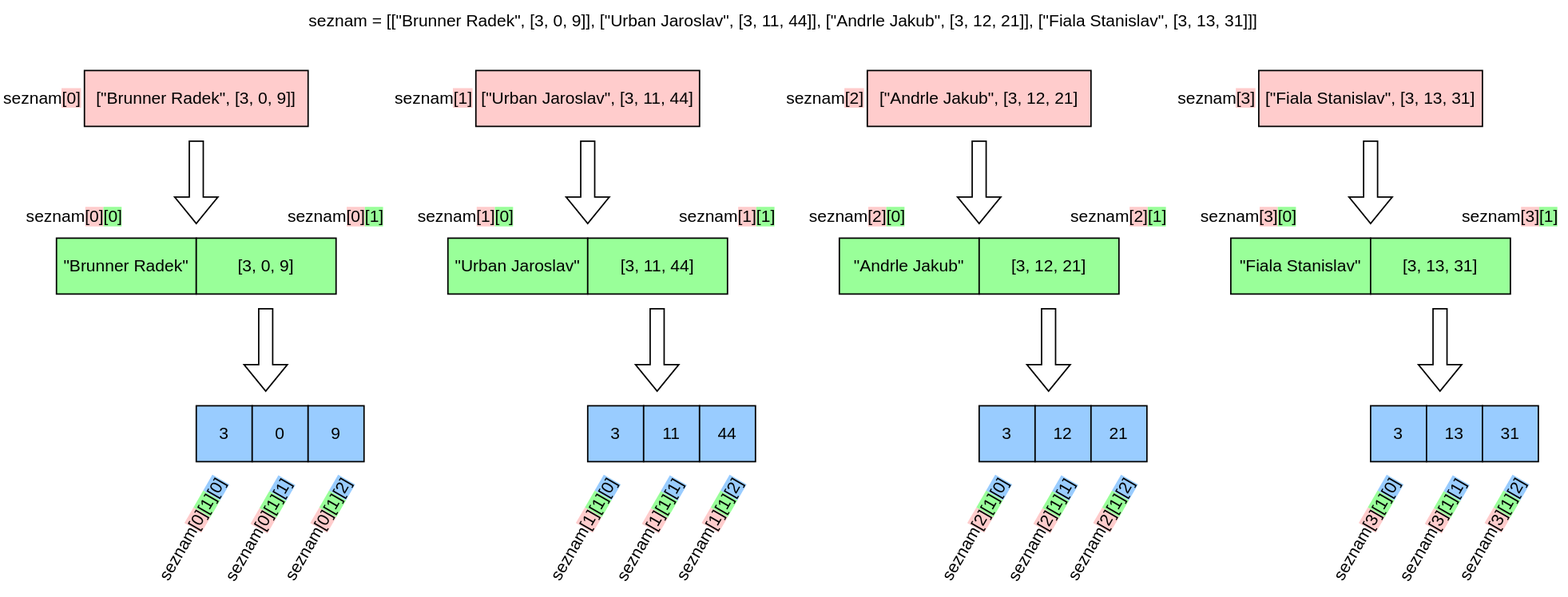
Earlier version of the draw.io export images/Indexování-Page-1.drawio.svg (pesikj/da-pracovni-skupiny). Source tidied: cells renumbered, new cells last; positions are measured from the earlier drawing's top-left corner, leaving out a move shared by most shapes.
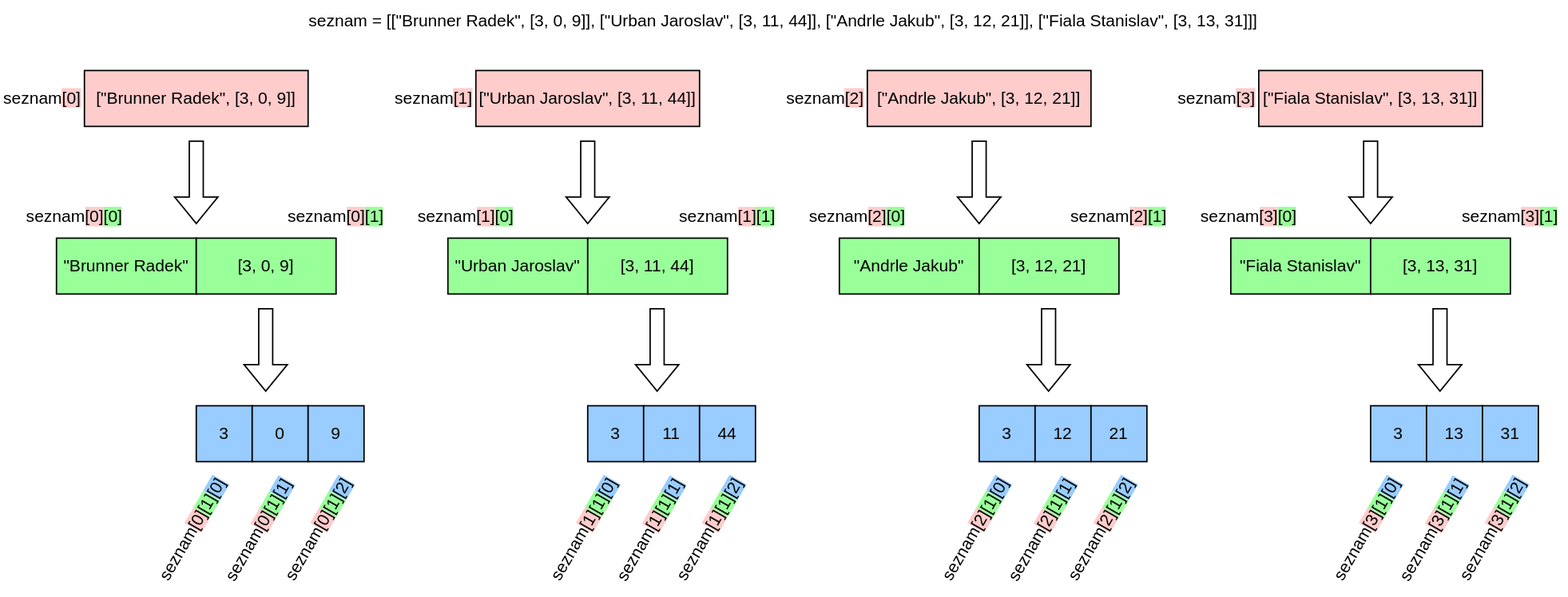
After the commit.

Commit message:
Oprava obrázků

The edit, as a diff of the source:
```diff
@@ -53,7 +53,7 @@
     <mxCell id="16" value="seznam&lt;span style=&quot;background-color: rgb(255, 204, 204);&quot;&gt;[0]&lt;/span&gt;&lt;span style=&quot;background-color: rgb(153, 255, 153);&quot;&gt;[1]&lt;/span&gt;&lt;span style=&quot;background-color: rgb(153, 204, 255);&quot;&gt;[2]&lt;/span&gt;" style="text;html=1;strokeColor=none;fillColor=none;align=center;verticalAlign=middle;whiteSpace=wrap;rounded=0;rotation=-60;" parent="1" vertex="1">
       <mxGeometry x="182.5" y="364.3" width="90" height="30" as="geometry" />
     </mxCell>
-    <mxCell id="17" value="[&quot;Urban Jaroslav&quot;, [3, 11, 44]" style="rounded=0;whiteSpace=wrap;html=1;fillColor=#FFCCCC;" parent="1" vertex="1">
+    <mxCell id="17" value="[&quot;Urban Jaroslav&quot;, [3, 11, 44]]" style="rounded=0;whiteSpace=wrap;html=1;fillColor=#FFCCCC;" parent="1" vertex="1">
       <mxGeometry x="340" y="50" width="160" height="40" as="geometry" />
     </mxCell>
     <mxCell id="18" value="seznam&lt;span style=&quot;background-color: rgb(255, 204, 204);&quot;&gt;[1]&lt;/span&gt;" style="text;html=1;strokeColor=none;fillColor=none;align=center;verticalAlign=middle;whiteSpace=wrap;rounded=0;" parent="1" vertex="1">
@@ -101,7 +101,7 @@
     <mxCell id="30" value="seznam&lt;span style=&quot;background-color: rgb(255, 204, 204);&quot;&gt;[1]&lt;/span&gt;&lt;span style=&quot;background-color: rgb(153, 255, 153);&quot;&gt;[1]&lt;/span&gt;&lt;span style=&quot;background-color: rgb(153, 204, 255);&quot;&gt;[2]&lt;/span&gt;" style="text;html=1;strokeColor=none;fillColor=none;align=center;verticalAlign=middle;whiteSpace=wrap;rounded=0;rotation=-60;" parent="1" vertex="1">
       <mxGeometry x="462.5" y="364.3" width="90" height="30" as="geometry" />
     </mxCell>
-    <mxCell id="31" value="[&quot;Andrle Jakub&quot;, [3, 12, 21]" style="rounded=0;whiteSpace=wrap;html=1;fillColor=#FFCCCC;" parent="1" vertex="1">
+    <mxCell id="31" value="[&quot;Andrle Jakub&quot;, [3, 12, 21]]" style="rounded=0;whiteSpace=wrap;html=1;fillColor=#FFCCCC;" parent="1" vertex="1">
       <mxGeometry x="620" y="50" width="160" height="40" as="geometry" />
     </mxCell>
     <mxCell id="32" value="seznam&lt;span style=&quot;background-color: rgb(255, 204, 204);&quot;&gt;[2]&lt;/span&gt;" style="text;html=1;strokeColor=none;fillColor=none;align=center;verticalAlign=middle;whiteSpace=wrap;rounded=0;" parent="1" vertex="1">
@@ -149,7 +149,7 @@
     <mxCell id="44" value="seznam&lt;span style=&quot;background-color: rgb(255, 204, 204);&quot;&gt;[2]&lt;/span&gt;&lt;span style=&quot;background-color: rgb(153, 255, 153);&quot;&gt;[0]&lt;/span&gt;" style="text;html=1;strokeColor=none;fillColor=none;align=center;verticalAlign=middle;whiteSpace=wrap;rounded=0;" parent="1" vertex="1">
       <mxGeometry x="572.5" y="140" width="80" height="30" as="geometry" />
     </mxCell>
-    <mxCell id="45" value="[&quot;Fiala Stanislav&quot;, [3, 13, 31]" style="rounded=0;whiteSpace=wrap;html=1;fillColor=#FFCCCC;" parent="1" vertex="1">
+    <mxCell id="45" value="[&quot;Fiala Stanislav&quot;, [3, 13, 31]]" style="rounded=0;whiteSpace=wrap;html=1;fillColor=#FFCCCC;" parent="1" vertex="1">
       <mxGeometry x="900" y="50" width="160" height="40" as="geometry" />
     </mxCell>
     <mxCell id="46" value="seznam&lt;span style=&quot;background-color: rgb(255, 204, 204);&quot;&gt;[3]&lt;/span&gt;" style="text;html=1;strokeColor=none;fillColor=none;align=center;verticalAlign=middle;whiteSpace=wrap;rounded=0;" parent="1" vertex="1">
```
